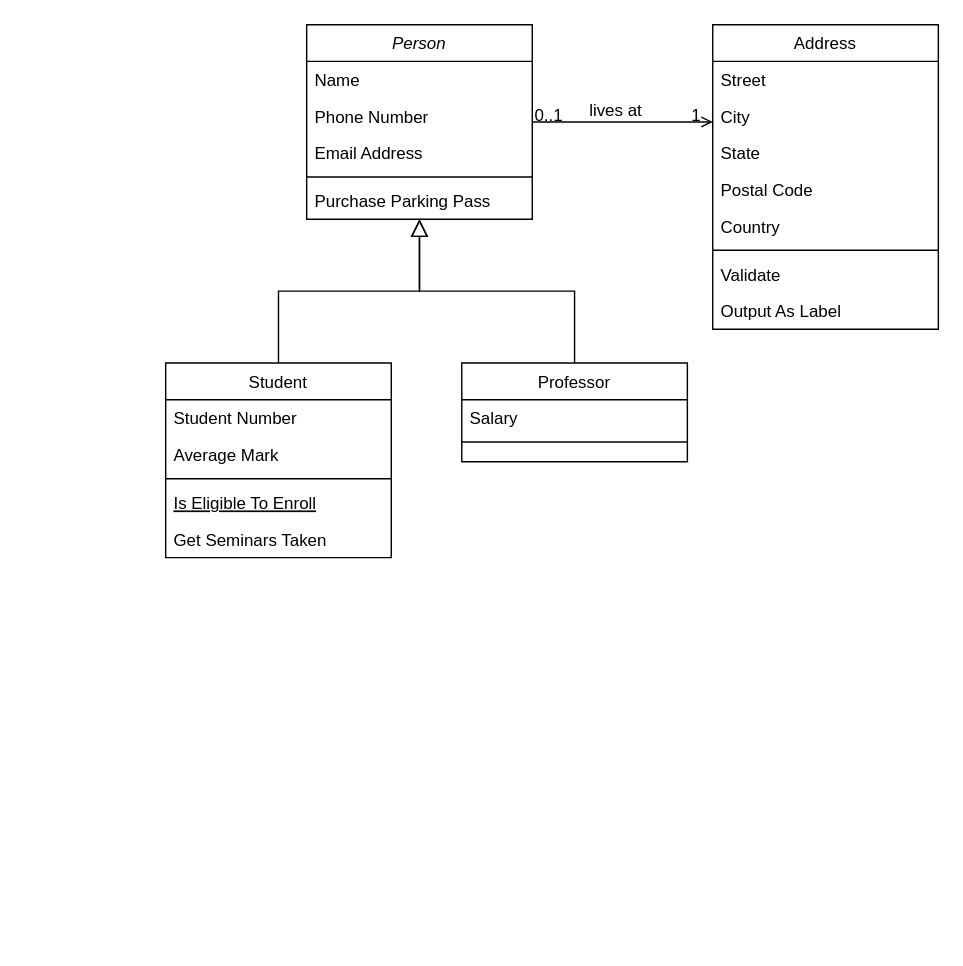
The draw.io diagram Untitled Diagram.drawio in Lassenf95/prosjektLassePartA, before the edit. Source tidied: cells renumbered, new cells numbered last; positions are measured from the earlier drawing's top-left corner, leaving out a move shared by most shapes. Both pictures are drawn from the tidied source at 141%, with x=0, y=0 at pixel (165, 24).
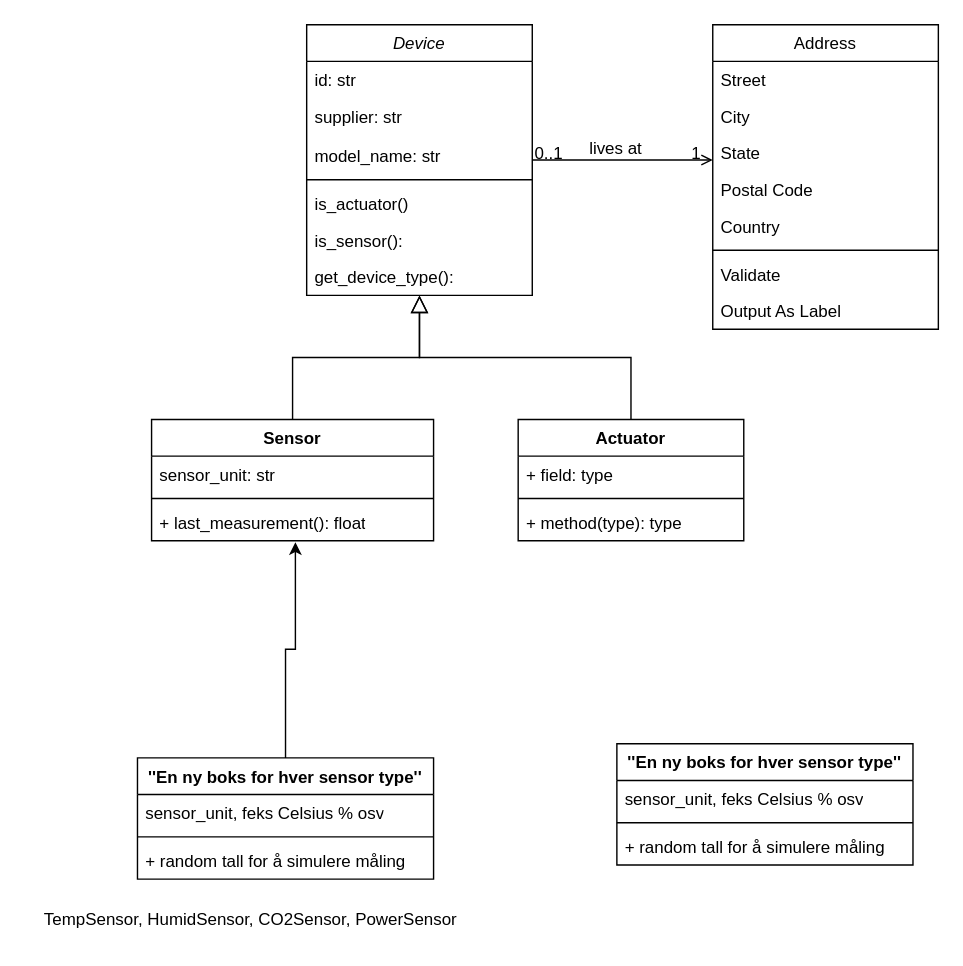
Above is the later version.

Diff of the diagram source:
```diff
@@
-    <mxCell id="2" value="Person" style="swimlane;fontStyle=2;align=center;verticalAlign=top;horizontal=1;startSize=26;rounded=0;shadow=0;strokeWidth=1;" parent="1" vertex="1">
-      <mxGeometry x="100" width="160" height="138" as="geometry" />
+    <mxCell id="2" value="Device" style="swimlane;fontStyle=2;align=center;verticalAlign=top;horizontal=1;startSize=26;rounded=0;shadow=0;strokeWidth=1;" parent="1" vertex="1">
+      <mxGeometry x="100" width="160" height="192" as="geometry" />
     </mxCell>
-    <mxCell id="3" value="Name" style="text;align=left;verticalAlign=top;spacingLeft=4;spacingRight=4;overflow=hidden;" parent="2" vertex="1">
+    <mxCell id="3" value="id: str" style="text;align=left;verticalAlign=top;spacingLeft=4;spacingRight=4;overflow=hidden;" parent="2" vertex="1">
       <mxGeometry y="26" width="160" height="26" as="geometry" />
     </mxCell>
-    <mxCell id="4" value="Phone Number" style="text;align=left;verticalAlign=top;spacingLeft=4;spacingRight=4;overflow=hidden;rounded=0;shadow=0;html=0;" parent="2" vertex="1">
-      <mxGeometry y="52" width="160" height="26" as="geometry" />
+    <mxCell id="4" value="supplier: str&#10;" style="text;align=left;verticalAlign=top;spacingLeft=4;spacingRight=4;overflow=hidden;rounded=0;shadow=0;html=0;" parent="2" vertex="1">
+      <mxGeometry y="52" width="160" height="28" as="geometry" />
     </mxCell>
-    <mxCell id="5" value="Email Address" style="text;align=left;verticalAlign=top;spacingLeft=4;spacingRight=4;overflow=hidden;rounded=0;shadow=0;html=0;" parent="2" vertex="1">
-      <mxGeometry y="78" width="160" height="26" as="geometry" />
+    <mxCell id="5" value="model_name: str" style="text;align=left;verticalAlign=top;spacingLeft=4;spacingRight=4;overflow=hidden;rounded=0;shadow=0;html=0;" parent="2" vertex="1">
+      <mxGeometry y="80" width="160" height="26" as="geometry" />
     </mxCell>
     <mxCell id="6" style="line;html=1;strokeWidth=1;align=left;verticalAlign=middle;spacingTop=-1;spacingLeft=3;spacingRight=3;labelPosition=right;" parent="2" vertex="1">
-      <mxGeometry y="104" width="160" height="8" as="geometry" />
+      <mxGeometry y="106" width="160" height="8" as="geometry" />
     </mxCell>
-    <mxCell id="7" value="Purchase Parking Pass" style="text;align=left;verticalAlign=top;spacingLeft=4;spacingRight=4;overflow=hidden;" parent="2" vertex="1">
-      <mxGeometry y="112" width="160" height="26" as="geometry" />
+    <mxCell id="7" value="is_actuator()" style="text;align=left;verticalAlign=top;spacingLeft=4;spacingRight=4;overflow=hidden;" parent="2" vertex="1">
+      <mxGeometry y="114" width="160" height="26" as="geometry" />
     </mxCell>
-    <mxCell id="8" value="Student" style="swimlane;fontStyle=0;align=center;verticalAlign=top;horizontal=1;startSize=26;rounded=0;shadow=0;strokeWidth=1;" parent="1" vertex="1">
-      <mxGeometry y="240" width="160" height="138" as="geometry" />
-    </mxCell>
-    <mxCell id="9" value="Student Number" style="text;align=left;verticalAlign=top;spacingLeft=4;spacingRight=4;overflow=hidden;" parent="8" vertex="1">
-      <mxGeometry y="26" width="160" height="26" as="geometry" />
-    </mxCell>
-    <mxCell id="10" value="Average Mark" style="text;align=left;verticalAlign=top;spacingLeft=4;spacingRight=4;overflow=hidden;rounded=0;shadow=0;html=0;" parent="8" vertex="1">
-      <mxGeometry y="52" width="160" height="26" as="geometry" />
-    </mxCell>
-    <mxCell id="11" style="line;html=1;strokeWidth=1;align=left;verticalAlign=middle;spacingTop=-1;spacingLeft=3;spacingRight=3;labelPosition=right;" parent="8" vertex="1">
-      <mxGeometry y="78" width="160" height="8" as="geometry" />
-    </mxCell>
-    <mxCell id="12" value="Is Eligible To Enroll" style="text;align=left;verticalAlign=top;spacingLeft=4;spacingRight=4;overflow=hidden;fontStyle=4;" parent="8" vertex="1">
-      <mxGeometry y="86" width="160" height="26" as="geometry" />
-    </mxCell>
-    <mxCell id="13" value="Get Seminars Taken" style="text;align=left;verticalAlign=top;spacingLeft=4;spacingRight=4;overflow=hidden;" parent="8" vertex="1">
-      <mxGeometry y="112" width="160" height="26" as="geometry" />
-    </mxCell>
+    <mxCell id="32" value="is_sensor():" style="text;align=left;verticalAlign=top;spacingLeft=4;spacingRight=4;overflow=hidden;" parent="2" vertex="1">
+      <mxGeometry y="140" width="160" height="26" as="geometry" />
+    </mxCell>
+    <mxCell id="33" value="get_device_type():" style="text;align=left;verticalAlign=top;spacingLeft=4;spacingRight=4;overflow=hidden;" parent="2" vertex="1">
+      <mxGeometry y="166" width="160" height="26" as="geometry" />
+    </mxCell>
-    <mxCell id="14" style="endArrow=block;endSize=10;endFill=0;shadow=0;strokeWidth=1;rounded=0;curved=0;edgeStyle=elbowEdgeStyle;elbow=vertical;" parent="1" edge="1" source="8" target="2">
+    <mxCell id="14" style="endArrow=block;endSize=10;endFill=0;shadow=0;strokeWidth=1;rounded=0;curved=0;edgeStyle=elbowEdgeStyle;elbow=vertical;exitX=0.5;exitY=0;exitDx=0;exitDy=0;" parent="1" edge="1" source="34" target="2">
       <mxGeometry relative="1" as="geometry" />
     </mxCell>
-    <mxCell id="15" value="Professor" style="swimlane;fontStyle=0;align=center;verticalAlign=top;horizontal=1;startSize=26;rounded=0;shadow=0;strokeWidth=1;" parent="1" vertex="1">
-      <mxGeometry x="210" y="240" width="160" height="70" as="geometry" />
-    </mxCell>
-    <mxCell id="16" value="Salary" style="text;align=left;verticalAlign=top;spacingLeft=4;spacingRight=4;overflow=hidden;" parent="15" vertex="1">
-      <mxGeometry y="26" width="160" height="26" as="geometry" />
-    </mxCell>
-    <mxCell id="17" style="line;html=1;strokeWidth=1;align=left;verticalAlign=middle;spacingTop=-1;spacingLeft=3;spacingRight=3;labelPosition=right;" parent="15" vertex="1">
-      <mxGeometry y="52" width="160" height="8" as="geometry" />
-    </mxCell>
-    <mxCell id="18" style="endArrow=block;endSize=10;endFill=0;shadow=0;strokeWidth=1;rounded=0;curved=0;edgeStyle=elbowEdgeStyle;elbow=vertical;" parent="1" edge="1" source="15" target="2">
+    <mxCell id="18" style="endArrow=block;endSize=10;endFill=0;shadow=0;strokeWidth=1;rounded=0;curved=0;edgeStyle=elbowEdgeStyle;elbow=vertical;exitX=0.5;exitY=0;exitDx=0;exitDy=0;" parent="1" edge="1" source="38" target="2">
       <mxGeometry relative="1" as="geometry" />
     </mxCell>
@@
+    <mxCell id="34" value="Sensor" style="swimlane;fontStyle=1;align=center;verticalAlign=top;horizontal=1;startSize=26;whiteSpace=wrap;html=1;" parent="1" vertex="1">
+      <mxGeometry x="-10" y="280" width="200" height="86" as="geometry" />
+    </mxCell>
+    <mxCell id="35" value="sensor_unit: str" style="text;strokeColor=none;fillColor=none;align=left;verticalAlign=top;spacingLeft=4;spacingRight=4;overflow=hidden;whiteSpace=wrap;html=1;" parent="34" vertex="1">
+      <mxGeometry y="26" width="200" height="26" as="geometry" />
+    </mxCell>
+    <mxCell id="36" style="line;strokeWidth=1;fillColor=none;align=left;verticalAlign=middle;spacingTop=-1;spacingLeft=3;spacingRight=3;labelPosition=right;strokeColor=inherit;" parent="34" vertex="1">
+      <mxGeometry y="52" width="200" height="8" as="geometry" />
+    </mxCell>
+    <mxCell id="37" value="+ last_measurement(&lt;span style=&quot;background-color: transparent; color: light-dark(rgb(0, 0, 0), rgb(255, 255, 255));&quot;&gt;): float&lt;/span&gt;" style="text;strokeColor=none;fillColor=none;align=left;verticalAlign=top;spacingLeft=4;spacingRight=4;overflow=hidden;points=[[0,0.5],[1,0.5]];portConstraint=eastwest;whiteSpace=wrap;html=1;" parent="34" vertex="1">
+      <mxGeometry y="60" width="200" height="26" as="geometry" />
+    </mxCell>
+    <mxCell id="38" value="Actuator" style="swimlane;fontStyle=1;align=center;verticalAlign=top;horizontal=1;startSize=26;whiteSpace=wrap;html=1;" parent="1" vertex="1">
+      <mxGeometry x="250" y="280" width="160" height="86" as="geometry" />
+    </mxCell>
+    <mxCell id="39" value="+ field: type" style="text;strokeColor=none;fillColor=none;align=left;verticalAlign=top;spacingLeft=4;spacingRight=4;overflow=hidden;whiteSpace=wrap;html=1;" parent="38" vertex="1">
+      <mxGeometry y="26" width="160" height="26" as="geometry" />
+    </mxCell>
+    <mxCell id="40" style="line;strokeWidth=1;fillColor=none;align=left;verticalAlign=middle;spacingTop=-1;spacingLeft=3;spacingRight=3;labelPosition=right;strokeColor=inherit;" parent="38" vertex="1">
+      <mxGeometry y="52" width="160" height="8" as="geometry" />
+    </mxCell>
+    <mxCell id="41" value="+ method(type): type" style="text;strokeColor=none;fillColor=none;align=left;verticalAlign=top;spacingLeft=4;spacingRight=4;overflow=hidden;whiteSpace=wrap;html=1;" parent="38" vertex="1">
+      <mxGeometry y="60" width="160" height="26" as="geometry" />
+    </mxCell>
+    <mxCell id="42" value="''En ny boks for hver sensor type''" style="swimlane;fontStyle=1;align=center;verticalAlign=top;horizontal=1;startSize=26;whiteSpace=wrap;html=1;" parent="1" vertex="1">
+      <mxGeometry x="-20" y="520" width="210" height="86" as="geometry" />
+    </mxCell>
+    <mxCell id="43" value="sensor_unit, feks Celsius % osv" style="text;strokeColor=none;fillColor=none;align=left;verticalAlign=top;spacingLeft=4;spacingRight=4;overflow=hidden;whiteSpace=wrap;html=1;" parent="42" vertex="1">
+      <mxGeometry y="26" width="210" height="26" as="geometry" />
+    </mxCell>
+    <mxCell id="44" style="line;strokeWidth=1;fillColor=none;align=left;verticalAlign=middle;spacingTop=-1;spacingLeft=3;spacingRight=3;labelPosition=right;strokeColor=inherit;" parent="42" vertex="1">
+      <mxGeometry y="52" width="210" height="8" as="geometry" />
+    </mxCell>
+    <mxCell id="45" value="+ random tall for å simulere måling" style="text;strokeColor=none;fillColor=none;align=left;verticalAlign=top;spacingLeft=4;spacingRight=4;overflow=hidden;whiteSpace=wrap;html=1;" parent="42" vertex="1">
+      <mxGeometry y="60" width="210" height="26" as="geometry" />
+    </mxCell>
+    <mxCell id="46" style="edgeStyle=orthogonalEdgeStyle;rounded=0;jettySize=auto;html=1;entryX=0.51;entryY=1.038;entryDx=0;entryDy=0;entryPerimeter=0;" parent="1" edge="1" source="42" target="37">
+      <mxGeometry relative="1" as="geometry" />
+    </mxCell>
+    <mxCell id="47" value="''En ny boks for hver sensor type''" style="swimlane;fontStyle=1;align=center;verticalAlign=top;horizontal=1;startSize=26;whiteSpace=wrap;html=1;" parent="1" vertex="1">
+      <mxGeometry x="320" y="510" width="210" height="86" as="geometry" />
+    </mxCell>
+    <mxCell id="48" value="sensor_unit, feks Celsius % osv" style="text;strokeColor=none;fillColor=none;align=left;verticalAlign=top;spacingLeft=4;spacingRight=4;overflow=hidden;whiteSpace=wrap;html=1;" parent="47" vertex="1">
+      <mxGeometry y="26" width="210" height="26" as="geometry" />
+    </mxCell>
+    <mxCell id="49" style="line;strokeWidth=1;fillColor=none;align=left;verticalAlign=middle;spacingTop=-1;spacingLeft=3;spacingRight=3;labelPosition=right;strokeColor=inherit;" parent="47" vertex="1">
+      <mxGeometry y="52" width="210" height="8" as="geometry" />
+    </mxCell>
+    <mxCell id="50" value="+ random tall for å simulere måling" style="text;strokeColor=none;fillColor=none;align=left;verticalAlign=top;spacingLeft=4;spacingRight=4;overflow=hidden;whiteSpace=wrap;html=1;" parent="47" vertex="1">
+      <mxGeometry y="60" width="210" height="26" as="geometry" />
+    </mxCell>
+    <mxCell id="51" value="TempSensor, HumidSensor, CO2Sensor, PowerSensor" style="text;html=1;align=center;verticalAlign=middle;strokeColor=none;fillColor=none;" parent="1" vertex="1">
+      <mxGeometry x="-100" y="620" width="320" height="30" as="geometry" />
+    </mxCell>
```
